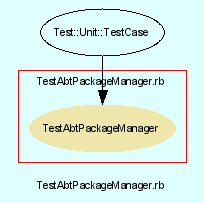
The Graphviz diagram src/trunk/doc/dot/f_13.png in eschabell/abtlinux, before a commit. Its source is kept beside it as src/trunk/doc/dot/f_13.dot.
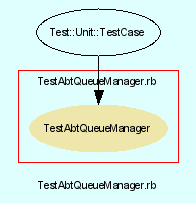
Above is the later version.

Diff of the diagram source:
```diff
@@ -3,24 +3,24 @@
     bgcolor = lightcyan1
     fontname = Arial
     fontsize = 8
-    label = "TestAbtPackageManager.rb"
+    label = "TestAbtQueueManager.rb"
     node [
         fontname = Arial,
         fontsize = 8,
         color = black
     ]
 
-    subgraph cluster_13 {
+    subgraph cluster_14 {
         fontname = Arial
         color = red
-        label = "TestAbtPackageManager.rb"
-        TestAbtPackageManager [
+        label = "TestAbtQueueManager.rb"
+        TestAbtQueueManager [
             fontcolor = black,
-            URL = "classes/TestAbtPackageManager.html",
+            URL = "classes/TestAbtQueueManager.html",
             shape = ellipse,
             color = palegoldenrod,
             style = filled,
-            label = "TestAbtPackageManager"
+            label = "TestAbtQueueManager"
         ]
 
     }
@@ -30,7 +30,7 @@
         label = "Test::Unit::TestCase"
     ]
 
-    Test__Unit__TestCase -> TestAbtPackageManager [
+    Test__Unit__TestCase -> TestAbtQueueManager [
 
     ]
 
```
